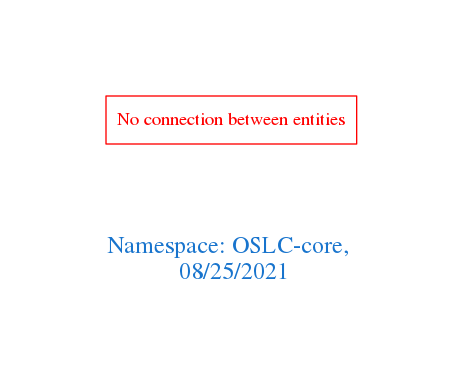
The Graphviz diagram downloads/OSLC-core.png in arago/OGIT, before a commit. Its source is kept beside it as downloads/OSLC-core.dot.
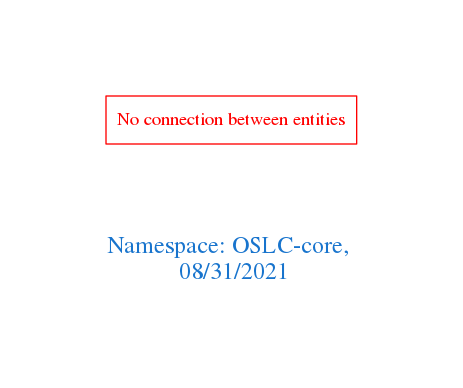
The same diagram one commit later.

Diff of the diagram source:
```diff
@@ -1,7 +1,7 @@
 digraph OGIT_ontology {
  graph [ rankdir= LR,pad=1
 fontsize = 18,
-fontcolor= dodgerblue3,label = "\n\n\nNamespace: OSLC-core, \n 08/25/2021"];
+fontcolor= dodgerblue3,label = "\n\n\nNamespace: OSLC-core, \n 08/31/2021"];
 node[shape=polygon];
 edge [  color="gray81"];
 
```
